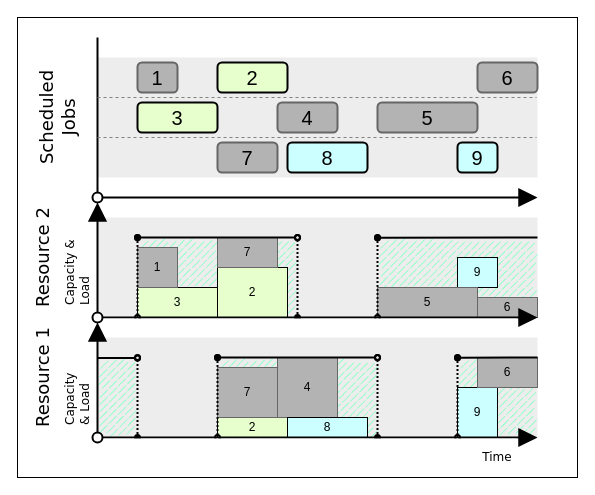
This is page "Schedule-Closure" (3 of 3) of img/source/Schedule.drawio from Krtiiik/Bottleneck-identification-for-constraint-relaxation-in-resource-constrained-project-scheduling, a draw.io file, before an edit. Source tidied: cells renumbered, new cells numbered last; positions are measured from the earlier drawing's top-left corner, leaving out a move shared by most shapes. Both pictures are drawn from the tidied source at 100%, with x=0, y=0 at pixel (17, 17).
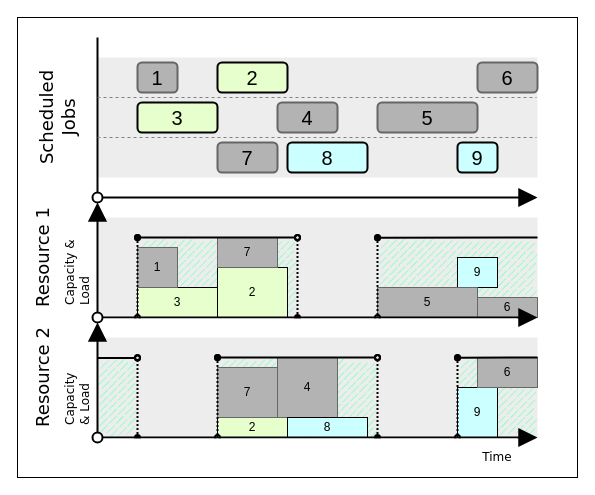
The same page after the edit.

Commit message (it also covers changes not shown here):
Fix schedule diagram resource numbers

The change refers to these unchanged cells:
```xml
<mxCell id="24" style="group;" parent="1" vertex="1">
  <mxGeometry x="10" y="40" width="490" height="410" as="geometry" />
</mxCell>
```

What changed in the source:
```diff
@@
-    <mxCell id="27" value="Resource 1" style="text;html=1;strokeColor=none;fillColor=none;align=center;verticalAlign=middle;whiteSpace=wrap;rounded=0;glass=0;sketch=0;fillStyle=auto;sketchStyle=rough;fontFamily=Verdana;fontSize=18;horizontal=0;" parent="24" vertex="1">
+    <mxCell id="27" value="Resource 2" style="text;html=1;strokeColor=none;fillColor=none;align=center;verticalAlign=middle;whiteSpace=wrap;rounded=0;glass=0;sketch=0;fillStyle=auto;sketchStyle=rough;fontFamily=Verdana;fontSize=18;horizontal=0;" parent="24" vertex="1">
       <mxGeometry y="260" width="30" height="120" as="geometry" />
     </mxCell>
-    <mxCell id="28" value="Resource 2" style="text;html=1;strokeColor=none;fillColor=none;align=center;verticalAlign=middle;whiteSpace=wrap;rounded=0;glass=0;sketch=0;fillStyle=auto;sketchStyle=rough;fontFamily=Verdana;fontSize=18;horizontal=0;" parent="24" vertex="1">
+    <mxCell id="28" value="Resource 1" style="text;html=1;strokeColor=none;fillColor=none;align=center;verticalAlign=middle;whiteSpace=wrap;rounded=0;glass=0;sketch=0;fillStyle=auto;sketchStyle=rough;fontFamily=Verdana;fontSize=18;horizontal=0;" parent="24" vertex="1">
       <mxGeometry y="140" width="30" height="120" as="geometry" />
     </mxCell>
```
